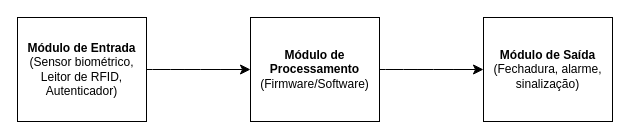
Earlier version of the draw.io diagram Untitled Diagram.drawio (thiagomasanori/github-slideshow). Source tidied: cells renumbered, new cells numbered last; positions are measured from the earlier drawing's top-left corner, leaving out a move shared by most shapes. Both pictures are drawn from the tidied source at 100%, with x=0, y=0 at pixel (17, 17).
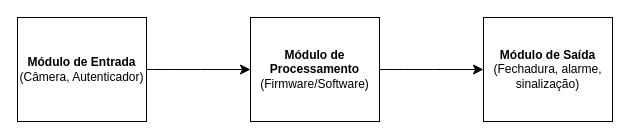
The same diagram, later.

The edit, as a diff of the source:
```diff
@@
 <mxGraphModel>
   <root>
     <mxCell id="0" />
     <mxCell id="1" parent="0" />
     <mxCell id="2" style="edgeStyle=none;curved=1;rounded=0;jettySize=auto;html=1;fontSize=12;startSize=8;endSize=8;" parent="1" edge="1" source="3" target="5">
       <mxGeometry relative="1" as="geometry" />
     </mxCell>
-    <mxCell id="3" value="&lt;div&gt;&lt;b&gt;Módulo de Entrada&lt;br&gt;&lt;/b&gt;&lt;/div&gt;&lt;div&gt;(Sensor biométrico, Leitor de RFID, Autenticador)&lt;/div&gt;" style="rounded=0;whiteSpace=wrap;html=1;" parent="1" vertex="1">
+    <mxCell id="3" value="&lt;div&gt;&lt;b&gt;Módulo de Entrada&lt;br&gt;&lt;/b&gt;&lt;/div&gt;&lt;div&gt;(Câmera, Autenticador)&lt;/div&gt;" style="rounded=0;whiteSpace=wrap;html=1;" parent="1" vertex="1">
       <mxGeometry width="129" height="104" as="geometry" />
     </mxCell>
     <mxCell id="4" style="edgeStyle=none;curved=1;rounded=0;jettySize=auto;html=1;fontSize=12;startSize=8;endSize=8;" parent="1" edge="1" source="5" target="6">
       <mxGeometry relative="1" as="geometry" />
     </mxCell>
     <mxCell id="5" value="&lt;div&gt;&lt;br&gt;&lt;/div&gt;&lt;div&gt;&lt;b&gt;Módulo de Processamento&lt;br&gt;&lt;/b&gt;&lt;/div&gt;&lt;div&gt;(Firmware/Software)&lt;br&gt;&lt;/div&gt;&lt;div&gt;&lt;br&gt;&lt;/div&gt;" style="rounded=0;whiteSpace=wrap;html=1;" parent="1" vertex="1">
       <mxGeometry x="233" width="129" height="104" as="geometry" />
     </mxCell>
     <mxCell id="6" value="&lt;div&gt;&lt;b&gt;Módulo de Saída&lt;br&gt;&lt;/b&gt;&lt;/div&gt;&lt;div&gt;(Fechadura, alarme, sinalização)&lt;/div&gt;" style="rounded=0;whiteSpace=wrap;html=1;" parent="1" vertex="1">
       <mxGeometry x="466" width="129" height="104" as="geometry" />
     </mxCell>
   </root>
 </mxGraphModel>
```
